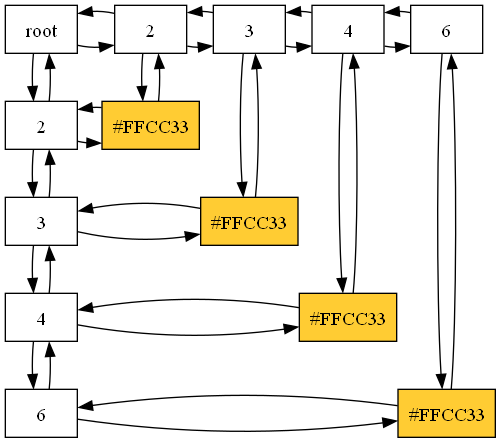
Before: Fase2_EDD/matrix.png, a diagram exported from Graphviz (FranklinONP/EDD_PROYECTO_202200089). Its source is kept beside it as Fase2_EDD/matrix.dot.
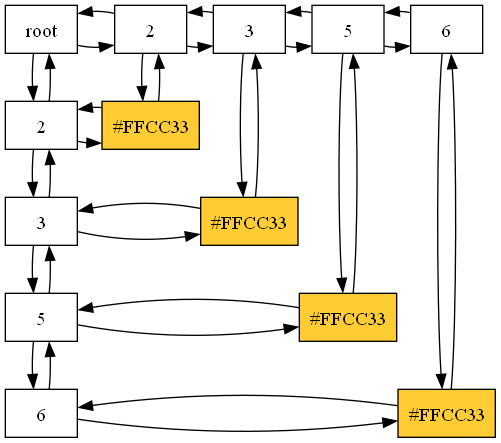
The same file after the commit.

Diff of the diagram source:
```diff
@@ -11,19 +11,19 @@
  "Nodo3_0"->"Nodo3_3"
  "Nodo3_0"->"Nodo3_3"[dir = back]
  "Nodo4_0"[label = "3", group="4"]
- "Nodo4_0"->"Nodo5_0"
- "Nodo4_0"->"Nodo5_0"[dir = back]
+ "Nodo4_0"->"Nodo6_0"
+ "Nodo4_0"->"Nodo6_0"[dir = back]
  "Nodo4_0"->"Nodo4_4"
  "Nodo4_0"->"Nodo4_4"[dir = back]
- "Nodo5_0"[label = "4", group="5"]
- "Nodo5_0"->"Nodo7_0"
- "Nodo5_0"->"Nodo7_0"[dir = back]
- "Nodo5_0"->"Nodo5_5"
- "Nodo5_0"->"Nodo5_5"[dir = back]
+ "Nodo6_0"[label = "5", group="6"]
+ "Nodo6_0"->"Nodo7_0"
+ "Nodo6_0"->"Nodo7_0"[dir = back]
+ "Nodo6_0"->"Nodo6_6"
+ "Nodo6_0"->"Nodo6_6"[dir = back]
  "Nodo7_0"[label = "6", group="7"]
  "Nodo7_0"->"Nodo7_7"
  "Nodo7_0"->"Nodo7_7"[dir = back]
- {rank=same;"Nodo0_0";"Nodo3_0";"Nodo4_0";"Nodo5_0";"Nodo7_0"}
+ {rank=same;"Nodo0_0";"Nodo3_0";"Nodo4_0";"Nodo6_0";"Nodo7_0"}
  "Nodo0_3"[label = "2", group="0"]
  "Nodo0_3"->"Nodo3_3"
  "Nodo0_3"->"Nodo3_3"[dir = back]
@@ -34,17 +34,17 @@
  "Nodo0_4"[label = "3", group="0"]
  "Nodo0_4"->"Nodo4_4"
  "Nodo0_4"->"Nodo4_4"[dir = back]
- "Nodo0_4"->"Nodo0_5"
- "Nodo0_4"->"Nodo0_5"[dir = back]
+ "Nodo0_4"->"Nodo0_6"
+ "Nodo0_4"->"Nodo0_6"[dir = back]
  "Nodo4_4"[label = "#FFCC33", style = filled, fillcolor= "#FFCC33" group="4"]
  {rank=same;"Nodo0_4";"Nodo4_4"}
- "Nodo0_5"[label = "4", group="0"]
- "Nodo0_5"->"Nodo5_5"
- "Nodo0_5"->"Nodo5_5"[dir = back]
- "Nodo0_5"->"Nodo0_7"
- "Nodo0_5"->"Nodo0_7"[dir = back]
- "Nodo5_5"[label = "#FFCC33", style = filled, fillcolor= "#FFCC33" group="5"]
- {rank=same;"Nodo0_5";"Nodo5_5"}
+ "Nodo0_6"[label = "5", group="0"]
+ "Nodo0_6"->"Nodo6_6"
+ "Nodo0_6"->"Nodo6_6"[dir = back]
+ "Nodo0_6"->"Nodo0_7"
+ "Nodo0_6"->"Nodo0_7"[dir = back]
+ "Nodo6_6"[label = "#FFCC33", style = filled, fillcolor= "#FFCC33" group="6"]
+ {rank=same;"Nodo0_6";"Nodo6_6"}
  "Nodo0_7"[label = "6", group="0"]
  "Nodo0_7"->"Nodo7_7"
  "Nodo0_7"->"Nodo7_7"[dir = back]
```
